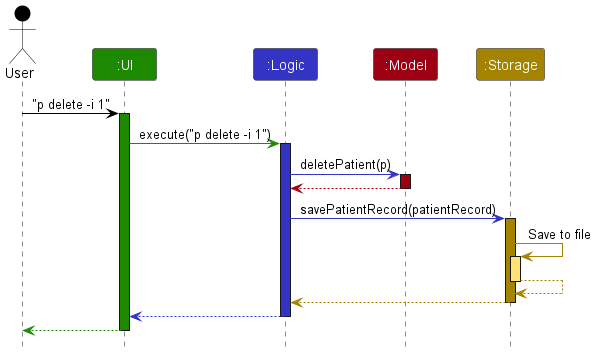
Above: docs/images/ArchitectureSequenceDiagram.png in nus-cs2103-AY2223S2/tp (PlantUML), before the change. Its diagram source:
```plantuml
@startuml
!include style.puml

Actor User as user USER_COLOR
Participant ":UI" as ui UI_COLOR
Participant ":Logic" as logic LOGIC_COLOR
Participant ":Model" as model MODEL_COLOR
Participant ":Storage" as storage STORAGE_COLOR

user -[USER_COLOR]> ui : "p delete -i 1"
activate ui UI_COLOR

ui -[UI_COLOR]> logic : execute("p delete -i 1")
activate logic LOGIC_COLOR

logic -[LOGIC_COLOR]> model : deletePatient(p)
activate model MODEL_COLOR

model -[MODEL_COLOR]-> logic
deactivate model

logic -[LOGIC_COLOR]> storage : savePatientRecord(patientRecord)
activate storage STORAGE_COLOR

storage -[STORAGE_COLOR]> storage : Save to file
activate storage STORAGE_COLOR_T1
storage --[STORAGE_COLOR]> storage
deactivate storage

storage --[STORAGE_COLOR]> logic
deactivate storage

logic --[LOGIC_COLOR]> ui
deactivate logic

ui--[UI_COLOR]> user
deactivate ui
@enduml
```
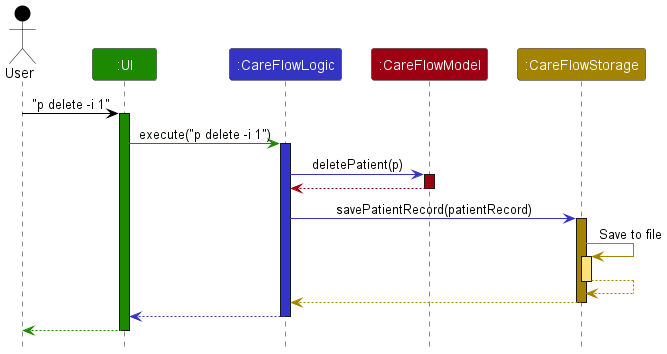
Above is the later version.

Change to the diagram source:
```diff
@@ -3,9 +3,9 @@
 
 Actor User as user USER_COLOR
 Participant ":UI" as ui UI_COLOR
-Participant ":Logic" as logic LOGIC_COLOR
-Participant ":Model" as model MODEL_COLOR
-Participant ":Storage" as storage STORAGE_COLOR
+Participant ":CareFlowLogic" as logic LOGIC_COLOR
+Participant ":CareFlowModel" as model MODEL_COLOR
+Participant ":CareFlowStorage" as storage STORAGE_COLOR
 
 user -[USER_COLOR]> ui : "p delete -i 1"
 activate ui UI_COLOR
```
